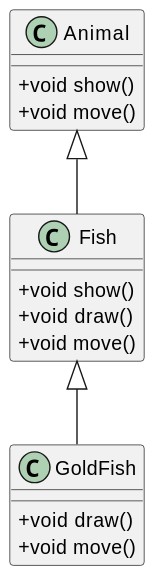
Before: assets/java-programming/images/10-class-diagram-5.svg, a diagram exported from PlantUML (rewls/rewls.github.io). Source of this version:
```plantuml
@startuml 10-class-diagram-5
skinparam classAttributeIconSize 0
class Animal {
	+ void show()
	+ void move()
}
class Fish {
	+ void show()
	+ void draw()
	+ void move()
}
class GoldFish {
	+ void draw()
	+ void move()
}

Fish -u-|> Animal
GoldFish -u-|> Fish
@enduml
```
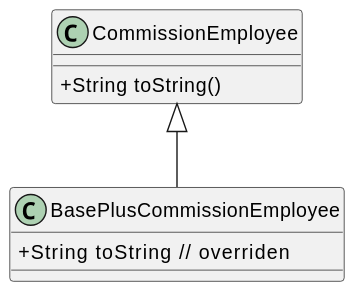
Above is the later version.

Diff of the diagram source:
```diff
@@ -1,19 +1,11 @@
 @startuml 10-class-diagram-5
 skinparam classAttributeIconSize 0
-class Animal {
-	+ void show()
-	+ void move()
+class CommissionEmployee {
+	+ String toString()
 }
-class Fish {
-	+ void show()
-	+ void draw()
-	+ void move()
-}
-class GoldFish {
-	+ void draw()
-	+ void move()
+class BasePlusCommissionEmployee {
+	+ String toString  // overriden
 }
 
-Fish -u-|> Animal
-GoldFish -u-|> Fish
+BasePlusCommissionEmployee -u-|> CommissionEmployee
 @enduml
```
